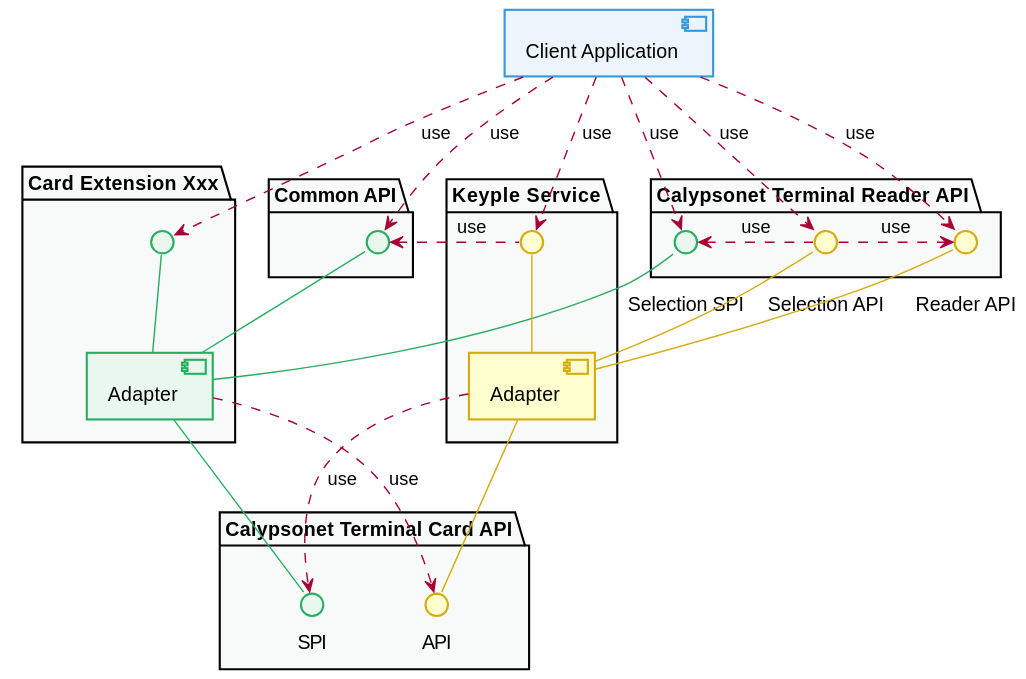
Earlier version of the PlantUML export static/media/learn/developer-guide/component-dependencies/card_api.svg (eclipse-keyple/keyple-website).
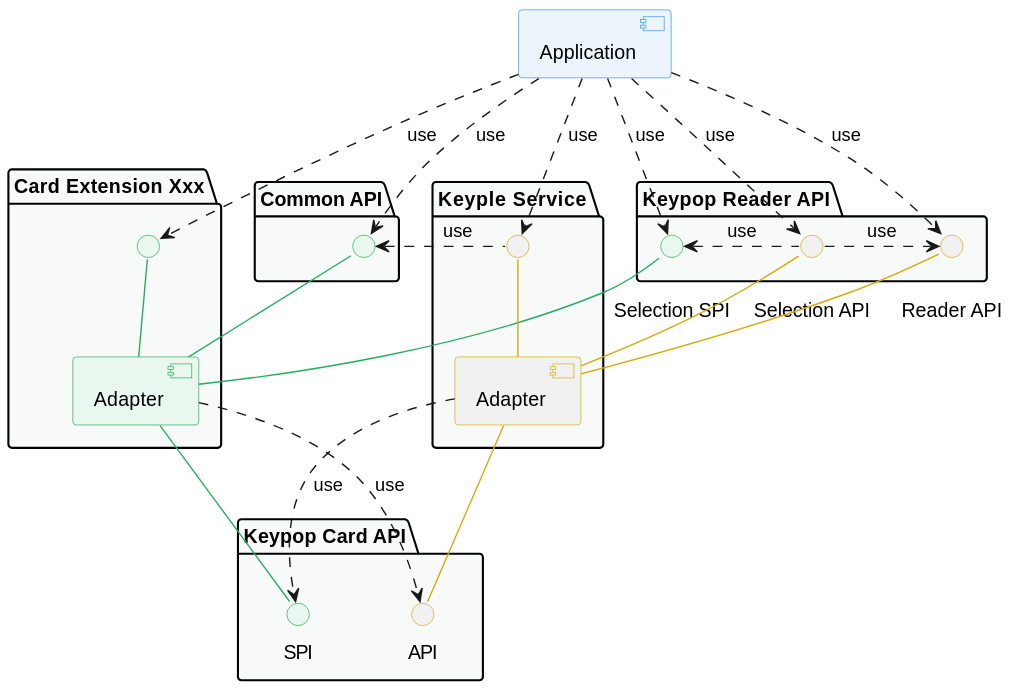
The same diagram one commit later.

The edit, as a diff of the source:
```diff
@@ -1,5 +1,4 @@
 @startuml
-
 
 !define COLOR_YELLOW D4AC0D
 !define COLOR_RED E74C3C
@@ -51,7 +50,7 @@
 hide <<grey>> stereotype
 
 
-[Client Application] as application <<blue>>
+[Application] as application <<blue>>
 package "Common API" as packCommonApi {
     interface " " as commonApi <<green>>
 }
@@ -59,7 +58,7 @@
     interface " " as specificCardExtensionApi <<green>>
     [Adapter] as extension <<green>>
 }
-package "Calypsonet Terminal Reader API" as packReaderApi {
+package "Keypop Reader API" as packReaderApi {
     interface "\nReader API" as readerApi
     interface "\nSelection API" as selectionApi
     interface "\nSelection SPI" as selectionSpi <<green>>
@@ -68,7 +67,7 @@
     interface " " as serviceApi
     [Adapter] as service
 }
-package "Calypsonet Terminal Card API" as packCardApi {
+package "Keypop Card API" as packCardApi {
     interface "SPI" as cardSpi <<green>>
     interface "API" as cardApi
 }
@@ -113,5 +112,4 @@
 }
 package packCardApi #C_GREY1 {
 }
-
 @enduml
```
